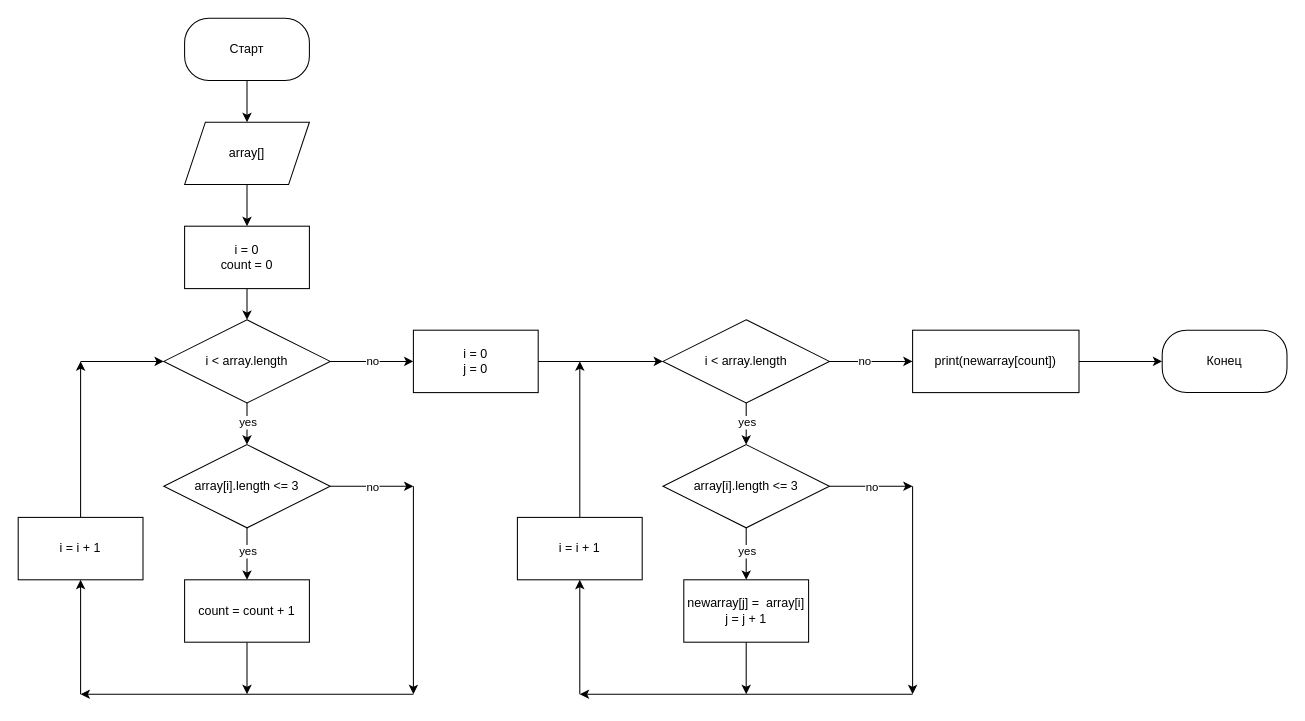
The draw.io diagram MethodSortArray.drawio in MashinistV/FinalHomeWork01, before the edit. Source tidied: cells renumbered, new cells numbered last; positions are measured from the earlier drawing's top-left corner, leaving out a move shared by most shapes. Both pictures are drawn from the tidied source at 104%, with x=0, y=0 at pixel (18, 18).
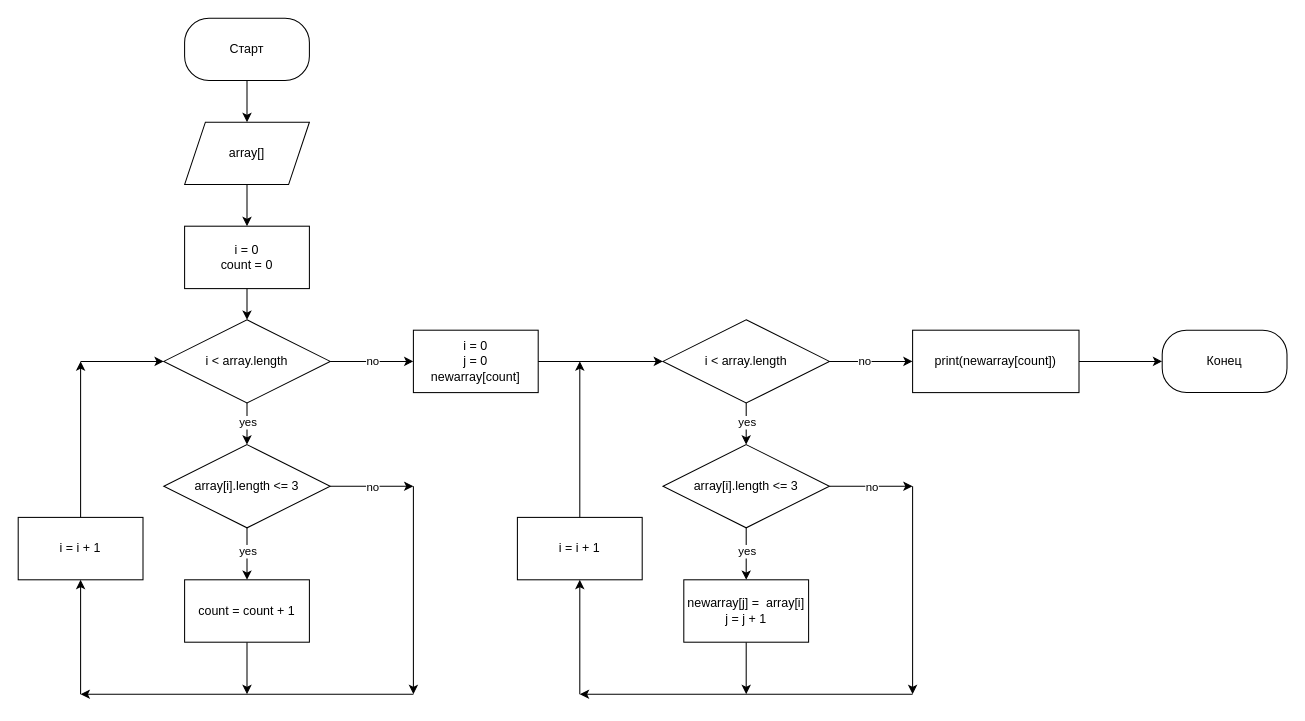
The same diagram, later.

Change to the diagram source:
```diff
@@
-    <mxCell id="26" value="i = 0&lt;br&gt;j = 0" style="rounded=0;whiteSpace=wrap;html=1;" parent="1" vertex="1">
+    <mxCell id="26" value="i = 0&lt;br&gt;j = 0&lt;br&gt;newarray[count]" style="rounded=0;whiteSpace=wrap;html=1;" parent="1" vertex="1">
       <mxGeometry x="380" y="300" width="120" height="60" as="geometry" />
     </mxCell>
```
